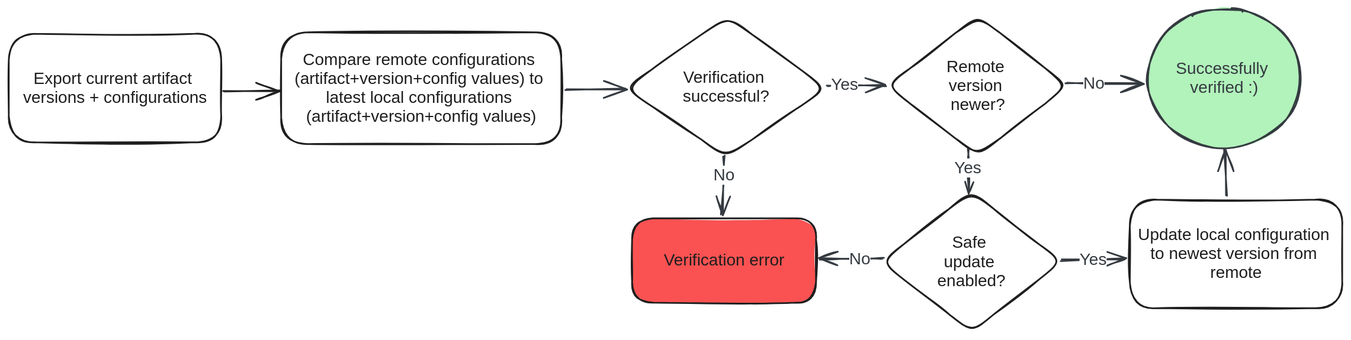
Earlier version of the Excalidraw export docs/verify.excalidraw.svg (tswymer/scicm). Source tidied: one line per element, renumbered; positions are measured from the earlier drawing's top-left corner, leaving out a move shared by most shapes.
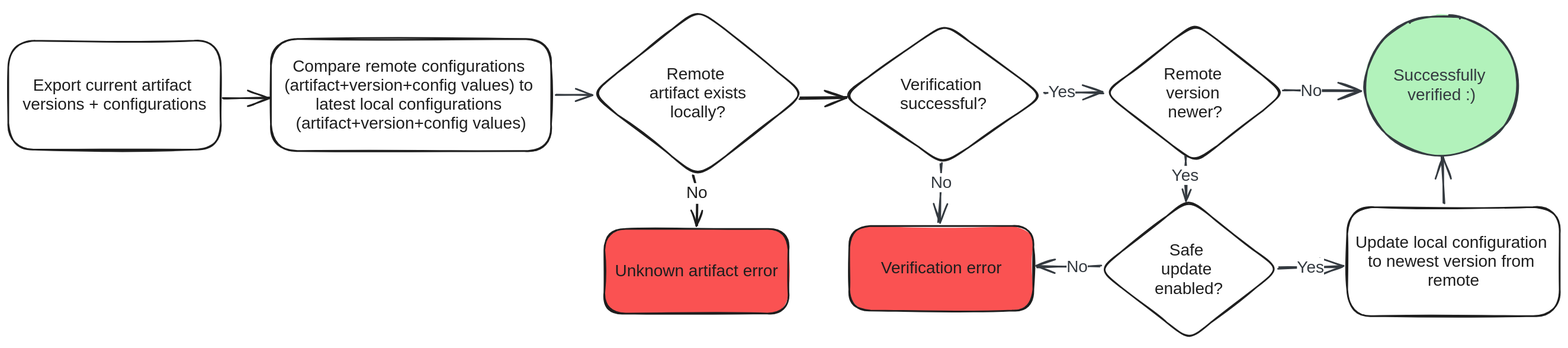
Later version of the same file.

Commit message:
Added unknown artifact error

What changed in the source:
```diff
@@ -1,11 +1,11 @@
-{"id": 0, "type": "rectangle", "strokeColor": "#1e1e1e", "strokeWidth": 2, "roughness": 1, "round": true, "x": 0, "y": 31, "width": 256, "height": 131}
+{"id": 0, "type": "rectangle", "strokeColor": "#1e1e1e", "strokeWidth": 2, "roughness": 1, "round": true, "x": -262, "y": 31, "width": 256, "height": 131}
-{"id": 1, "type": "text", "text": "Export current artifact \nversions + configurations", "strokeColor": "#1e1e1e", "strokeWidth": 2, "roughness": 1, "fontSize": 20, "fontFamily": 2, "textAlign": "center", "verticalAlign": "middle", "inside": 0, "x": 17, "y": 73, "width": 222, "height": 46}
+{"id": 1, "type": "text", "text": "Export current artifact \nversions + configurations", "strokeColor": "#1e1e1e", "strokeWidth": 2, "roughness": 1, "fontSize": 20, "fontFamily": 2, "textAlign": "center", "verticalAlign": "middle", "inside": 0, "x": -245, "y": 73, "width": 222, "height": 46}
-{"id": 2, "type": "rectangle", "strokeColor": "#1e1e1e", "strokeWidth": 2, "roughness": 1, "round": true, "x": 329, "y": 29, "width": 338, "height": 135}
+{"id": 2, "type": "rectangle", "strokeColor": "#1e1e1e", "strokeWidth": 2, "roughness": 1, "round": true, "x": 55, "y": 29, "width": 338, "height": 135}
-{"id": 3, "type": "text", "text": "Compare remote configurations \n(artifact+version+config values) to \nlatest local configurations \n(artifact+version+config values)", "strokeColor": "#1e1e1e", "strokeWidth": 2, "roughness": 1, "fontSize": 20, "fontFamily": 2, "textAlign": "center", "verticalAlign": "middle", "inside": 2, "x": 345, "y": 51, "width": 306, "height": 92}
+{"id": 3, "type": "text", "text": "Compare remote configurations \n(artifact+version+config values) to \nlatest local configurations \n(artifact+version+config values)", "strokeColor": "#1e1e1e", "strokeWidth": 2, "roughness": 1, "fontSize": 20, "fontFamily": 2, "textAlign": "center", "verticalAlign": "middle", "inside": 2, "x": 71, "y": 50, "width": 306, "height": 92}
-{"id": 4, "type": "arrow", "strokeColor": "#1e1e1e", "strokeWidth": 2, "roughness": 1, "endArrowhead": "arrow", "round": true, "from": 0, "to": 2, "x": 259, "y": 100, "width": 67, "height": 0, "points": [[0, 0], [67, 0]]}
+{"id": 4, "type": "arrow", "strokeColor": "#1e1e1e", "strokeWidth": 2, "roughness": 1, "endArrowhead": "arrow", "round": true, "from": 0, "to": 2, "x": -3, "y": 100, "width": 55, "height": 0, "points": [[0, 0], [55, 0]]}
 {"id": 5, "type": "diamond", "strokeColor": "#1e1e1e", "strokeWidth": 2, "roughness": 1, "round": true, "x": 744, "y": 10, "width": 242, "height": 170}
 {"id": 6, "type": "text", "text": "Verification \nsuccessful?", "strokeColor": "#1e1e1e", "strokeWidth": 2, "roughness": 1, "fontSize": 20, "fontFamily": 2, "textAlign": "center", "verticalAlign": "middle", "inside": 5, "x": 813, "y": 72, "width": 104, "height": 46}
-{"id": 7, "type": "arrow", "strokeColor": "#343a40", "backgroundColor": "#b2f2bb", "fillStyle": "solid", "strokeWidth": 2, "roughness": 1, "endArrowhead": "arrow", "round": true, "from": 2, "to": 5, "x": 673, "y": 99, "width": 72, "height": 1, "points": [[0, 0], [72, -1]]}
+{"id": 7, "type": "arrow", "strokeColor": "#343a40", "backgroundColor": "#b2f2bb", "fillStyle": "solid", "strokeWidth": 2, "roughness": 1, "endArrowhead": "arrow", "round": true, "from": 2, "to": 31, "x": 398, "y": 96, "width": 43, "height": 0, "points": [[0, 0], [43, 0]]}
 {"id": 8, "type": "rectangle", "strokeColor": "#1e1e1e", "backgroundColor": "#fa5252", "fillStyle": "solid", "strokeWidth": 2, "roughness": 1, "round": true, "x": 752, "y": 254, "width": 222, "height": 102}
 {"id": 9, "type": "text", "text": "Verification error", "strokeColor": "#1e1e1e", "strokeWidth": 2, "roughness": 1, "fontSize": 20, "fontFamily": 2, "textAlign": "center", "verticalAlign": "middle", "inside": 8, "x": 790, "y": 293, "width": 146, "height": 23}
 {"id": 10, "type": "arrow", "strokeColor": "#343a40", "backgroundColor": "#b2f2bb", "fillStyle": "solid", "strokeWidth": 2, "roughness": 1, "endArrowhead": "arrow", "round": true, "from": 5, "to": 8, "x": 863, "y": 179, "width": 3, "height": 71, "points": [[0, 0], [0, 22], [-2, 71]]}
@@ -29,3 +29,10 @@
 {"id": 28, "type": "arrow", "strokeColor": "#343a40", "backgroundColor": "#b2f2bb", "fillStyle": "solid", "strokeWidth": 2, "roughness": 1, "endArrowhead": "arrow", "round": true, "from": 16, "to": 26, "x": 1270, "y": 305, "width": 77, "height": 2, "points": [[0, 0], [77, -2]]}
 {"id": 29, "type": "text", "text": "Yes", "strokeColor": "#343a40", "backgroundColor": "#b2f2bb", "fillStyle": "solid", "strokeWidth": 2, "roughness": 1, "fontSize": 20, "fontFamily": 2, "textAlign": "center", "verticalAlign": "middle", "inside": 28, "x": 1292, "y": 292, "width": 33, "height": 23}
 {"id": 30, "type": "arrow", "strokeColor": "#343a40", "backgroundColor": "#b2f2bb", "fillStyle": "solid", "strokeWidth": 2, "roughness": 1, "endArrowhead": "arrow", "round": true, "from": 26, "to": 22, "x": 1470, "y": 226, "width": 2, "height": 55, "points": [[0, 0], [-2, -55]]}
+{"id": 31, "type": "diamond", "strokeColor": "#1e1e1e", "strokeWidth": 2, "roughness": 1, "round": true, "x": 440, "y": -8, "width": 258, "height": 204}
+{"id": 32, "type": "text", "text": "Remote \nartifact exists\nlocally?", "strokeColor": "#1e1e1e", "strokeWidth": 2, "roughness": 1, "fontSize": 20, "fontFamily": 2, "textAlign": "center", "verticalAlign": "middle", "inside": 31, "x": 511, "y": 59, "width": 117, "height": 69}
+{"id": 33, "type": "arrow", "strokeColor": "#1e1e1e", "strokeWidth": 2, "roughness": 1, "endArrowhead": "arrow", "round": true, "from": 31, "to": 5, "x": 692, "y": 100, "width": 56, "height": 1, "points": [[0, 0], [56, -1]]}
+{"id": 34, "type": "rectangle", "strokeColor": "#1e1e1e", "backgroundColor": "#fa5252", "fillStyle": "solid", "strokeWidth": 2, "roughness": 1, "round": true, "x": 457, "y": 257, "width": 222, "height": 102}
+{"id": 35, "type": "text", "text": "Unknown artifact error", "strokeColor": "#1e1e1e", "strokeWidth": 2, "roughness": 1, "fontSize": 20, "fontFamily": 2, "textAlign": "center", "verticalAlign": "middle", "inside": 34, "x": 469, "y": 297, "width": 197, "height": 23}
+{"id": 36, "type": "arrow", "strokeColor": "#1e1e1e", "strokeWidth": 2, "roughness": 1, "endArrowhead": "arrow", "round": true, "from": 31, "to": 34, "x": 564, "y": 192, "width": 5, "height": 62, "points": [[0, 0], [5, 23], [5, 62]]}
+{"id": 37, "type": "text", "text": "No", "strokeColor": "#1e1e1e", "strokeWidth": 2, "roughness": 1, "fontSize": 20, "fontFamily": 1, "textAlign": "center", "verticalAlign": "middle", "inside": 36, "x": 558, "y": 211, "width": 24, "height": 25}
```
